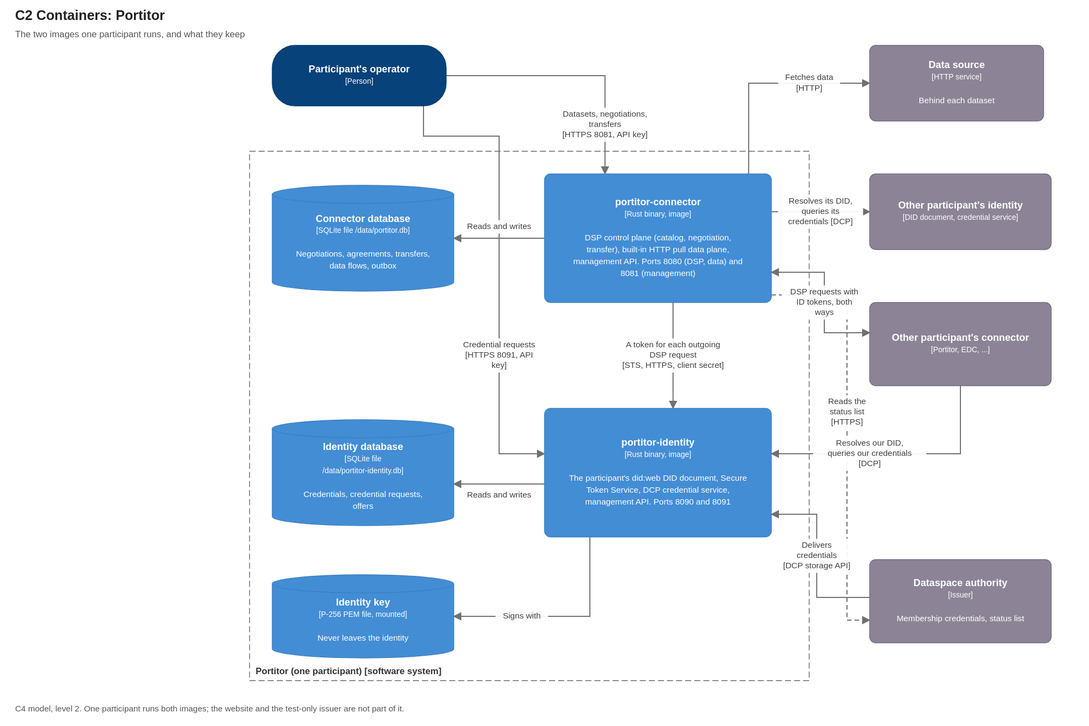
Before: docs/diagrams/c2-containers.drawio.svg, a diagram exported from draw.io (brunopacheco1/ldsc). Source tidied: cells renumbered, new cells last; positions are measured from the earlier drawing's top-left corner, leaving out a move shared by most shapes. Source of this version:
```xml
<mxGraphModel background="#FFFFFF">
  <root>
    <mxCell id="0" />
    <mxCell id="1" parent="0" />
    <mxCell id="2" value="Portitor (one participant)  [software system]" style="rounded=0;whiteSpace=wrap;html=1;fillColor=none;dashed=1;dashPattern=8 4;strokeColor=#666666;fontColor=#333333;align=left;verticalAlign=bottom;spacingLeft=8;spacingBottom=4;fontSize=12;fontStyle=1;" parent="1" vertex="1">
      <mxGeometry x="310" y="140" width="740" height="700" as="geometry" />
    </mxCell>
    <mxCell id="3" value="&lt;b&gt;Participant&amp;#x27;s operator&lt;/b&gt;&lt;br&gt;&lt;font style=&quot;font-size:10px&quot;&gt;[Person]&lt;/font&gt;" style="rounded=1;arcSize=30;whiteSpace=wrap;html=1;fillColor=#08427B;strokeColor=#073B6F;fontColor=#FFFFFF;fontSize=13;align=center;verticalAlign=middle;c4Kind=person;c4Name=Participant's operator;" parent="1" vertex="1">
      <mxGeometry x="340" width="230" height="80" as="geometry" />
    </mxCell>
    <mxCell id="4" value="&lt;b&gt;Data source&lt;/b&gt;&lt;br&gt;&lt;font style=&quot;font-size:10px&quot;&gt;[HTTP service]&lt;/font&gt;&lt;br&gt;&lt;br&gt;&lt;font style=&quot;font-size:11px&quot;&gt;Behind each dataset&lt;/font&gt;" style="rounded=1;arcSize=8;whiteSpace=wrap;html=1;fillColor=#8C8496;strokeColor=#736782;fontColor=#FFFFFF;fontSize=13;align=center;verticalAlign=middle;c4Kind=external;c4Name=Data source;" parent="1" vertex="1">
      <mxGeometry x="1130" width="230" height="100" as="geometry" />
    </mxCell>
    <mxCell id="5" value="&lt;b&gt;portitor-connector&lt;/b&gt;&lt;br&gt;&lt;font style=&quot;font-size:10px&quot;&gt;[Rust binary, image]&lt;/font&gt;&lt;br&gt;&lt;br&gt;&lt;font style=&quot;font-size:11px&quot;&gt;DSP control plane (catalog, negotiation, transfer), built-in HTTP pull data plane, management API. Ports 8080 (DSP, data) and 8081 (management)&lt;/font&gt;" style="rounded=1;arcSize=8;whiteSpace=wrap;html=1;fillColor=#438DD5;strokeColor=#3C7FC0;fontColor=#FFFFFF;fontSize=13;align=center;verticalAlign=middle;c4Kind=container;c4Name=portitor-connector;" parent="1" vertex="1">
      <mxGeometry x="700" y="170" width="300" height="170" as="geometry" />
    </mxCell>
    <mxCell id="6" value="&lt;b&gt;portitor-identity&lt;/b&gt;&lt;br&gt;&lt;font style=&quot;font-size:10px&quot;&gt;[Rust binary, image]&lt;/font&gt;&lt;br&gt;&lt;br&gt;&lt;font style=&quot;font-size:11px&quot;&gt;The participant&amp;#x27;s did:web DID document, Secure Token Service, DCP credential service, management API. Ports 8090 and 8091&lt;/font&gt;" style="rounded=1;arcSize=8;whiteSpace=wrap;html=1;fillColor=#438DD5;strokeColor=#3C7FC0;fontColor=#FFFFFF;fontSize=13;align=center;verticalAlign=middle;c4Kind=container;c4Name=portitor-identity;" parent="1" vertex="1">
      <mxGeometry x="700" y="480" width="300" height="170" as="geometry" />
    </mxCell>
    <mxCell id="7" value="&lt;b&gt;Connector database&lt;/b&gt;&lt;br&gt;&lt;font style=&quot;font-size:10px&quot;&gt;[SQLite file /data/portitor.db]&lt;/font&gt;&lt;br&gt;&lt;br&gt;&lt;font style=&quot;font-size:11px&quot;&gt;Negotiations, agreements, transfers, data flows, outbox&lt;/font&gt;" style="shape=cylinder3;size=12;boundedLbl=1;whiteSpace=wrap;html=1;fillColor=#438DD5;strokeColor=#3C7FC0;fontColor=#FFFFFF;fontSize=13;align=center;verticalAlign=middle;c4Kind=database;c4Name=Connector database;" parent="1" vertex="1">
      <mxGeometry x="340" y="185" width="240" height="140" as="geometry" />
    </mxCell>
    <mxCell id="8" value="&lt;b&gt;Identity database&lt;/b&gt;&lt;br&gt;&lt;font style=&quot;font-size:10px&quot;&gt;[SQLite file /data/portitor-identity.db]&lt;/font&gt;&lt;br&gt;&lt;br&gt;&lt;font style=&quot;font-size:11px&quot;&gt;Credentials, credential requests, offers&lt;/font&gt;" style="shape=cylinder3;size=12;boundedLbl=1;whiteSpace=wrap;html=1;fillColor=#438DD5;strokeColor=#3C7FC0;fontColor=#FFFFFF;fontSize=13;align=center;verticalAlign=middle;c4Kind=database;c4Name=Identity database;" parent="1" vertex="1">
      <mxGeometry x="340" y="495" width="240" height="140" as="geometry" />
    </mxCell>
    <mxCell id="9" value="&lt;b&gt;Identity key&lt;/b&gt;&lt;br&gt;&lt;font style=&quot;font-size:10px&quot;&gt;[P-256 PEM file, mounted]&lt;/font&gt;&lt;br&gt;&lt;br&gt;&lt;font style=&quot;font-size:11px&quot;&gt;Never leaves the identity&lt;/font&gt;" style="shape=cylinder3;size=12;boundedLbl=1;whiteSpace=wrap;html=1;fillColor=#438DD5;strokeColor=#3C7FC0;fontColor=#FFFFFF;fontSize=13;align=center;verticalAlign=middle;c4Kind=database;c4Name=Identity key;" parent="1" vertex="1">
      <mxGeometry x="340" y="700" width="240" height="110" as="geometry" />
    </mxCell>
    <mxCell id="10" value="&lt;b&gt;Other participant&amp;#x27;s identity&lt;/b&gt;&lt;br&gt;&lt;font style=&quot;font-size:10px&quot;&gt;[DID document, credential service]&lt;/font&gt;" style="rounded=1;arcSize=8;whiteSpace=wrap;html=1;fillColor=#8C8496;strokeColor=#736782;fontColor=#FFFFFF;fontSize=13;align=center;verticalAlign=middle;c4Kind=external;c4Name=Other participant's identity;" parent="1" vertex="1">
      <mxGeometry x="1130" y="170" width="240" height="100" as="geometry" />
    </mxCell>
    <mxCell id="11" value="&lt;b&gt;Other participant&amp;#x27;s connector&lt;/b&gt;&lt;br&gt;&lt;font style=&quot;font-size:10px&quot;&gt;[Portitor, EDC, ...]&lt;/font&gt;" style="rounded=1;arcSize=8;whiteSpace=wrap;html=1;fillColor=#8C8496;strokeColor=#736782;fontColor=#FFFFFF;fontSize=13;align=center;verticalAlign=middle;c4Kind=external;c4Name=Other participant's connector;" parent="1" vertex="1">
      <mxGeometry x="1130" y="340" width="240" height="110" as="geometry" />
    </mxCell>
    <mxCell id="12" value="&lt;b&gt;Dataspace authority&lt;/b&gt;&lt;br&gt;&lt;font style=&quot;font-size:10px&quot;&gt;[Issuer]&lt;/font&gt;&lt;br&gt;&lt;br&gt;&lt;font style=&quot;font-size:11px&quot;&gt;Membership credentials, status list&lt;/font&gt;" style="rounded=1;arcSize=8;whiteSpace=wrap;html=1;fillColor=#8C8496;strokeColor=#736782;fontColor=#FFFFFF;fontSize=13;align=center;verticalAlign=middle;c4Kind=external;c4Name=Dataspace authority;" parent="1" vertex="1">
      <mxGeometry x="1130" y="680" width="240" height="110" as="geometry" />
    </mxCell>
    <mxCell id="13" value="Datasets, negotiations, transfers&#10;[HTTPS 8081, API key]" style="endArrow=blockThin;endFill=1;html=1;rounded=0;strokeColor=#707070;fontSize=11;fontColor=#404040;labelBackgroundColor=#FFFFFF;exitX=1.000;exitY=0.500;exitPerimeter=0;entryX=0.267;entryY=0.000;entryPerimeter=0;" parent="1" edge="1" source="3" target="5">
      <mxGeometry relative="1" as="geometry">
        <Array as="points">
          <mxPoint x="780" y="40" />
        </Array>
      </mxGeometry>
    </mxCell>
    <mxCell id="14" value="Credential requests&#10;[HTTPS 8091, API key]" style="endArrow=blockThin;endFill=1;html=1;rounded=0;strokeColor=#707070;fontSize=11;fontColor=#404040;labelBackgroundColor=#FFFFFF;exitX=0.870;exitY=1.000;exitPerimeter=0;entryX=0.000;entryY=0.353;entryPerimeter=0;" parent="1" edge="1" source="3" target="6">
      <mxGeometry relative="1" as="geometry">
        <Array as="points">
          <mxPoint x="540" y="120" />
          <mxPoint x="640" y="120" />
          <mxPoint x="640" y="540" />
        </Array>
      </mxGeometry>
    </mxCell>
    <mxCell id="15" value="Reads and writes" style="endArrow=blockThin;endFill=1;html=1;rounded=0;strokeColor=#707070;fontSize=11;fontColor=#404040;labelBackgroundColor=#FFFFFF;exitX=0.000;exitY=0.500;exitPerimeter=0;entryX=1.000;entryY=0.500;entryPerimeter=0;" parent="1" edge="1" source="5" target="7">
      <mxGeometry relative="1" as="geometry" />
    </mxCell>
    <mxCell id="16" value="Reads and writes" style="endArrow=blockThin;endFill=1;html=1;rounded=0;strokeColor=#707070;fontSize=11;fontColor=#404040;labelBackgroundColor=#FFFFFF;exitX=0.000;exitY=0.588;exitPerimeter=0;entryX=1.000;entryY=0.607;entryPerimeter=0;" parent="1" edge="1" source="6" target="8">
      <mxGeometry relative="1" as="geometry" />
    </mxCell>
    <mxCell id="17" value="Signs with" style="endArrow=blockThin;endFill=1;html=1;rounded=0;strokeColor=#707070;fontSize=11;fontColor=#404040;labelBackgroundColor=#FFFFFF;exitX=0.200;exitY=1.000;exitPerimeter=0;entryX=1.000;entryY=0.500;entryPerimeter=0;" parent="1" edge="1" source="6" target="9">
      <mxGeometry relative="1" as="geometry">
        <Array as="points">
          <mxPoint x="760" y="755" />
        </Array>
      </mxGeometry>
    </mxCell>
    <mxCell id="18" value="A token for each outgoing DSP request&#10;[STS, HTTPS, client secret]" style="endArrow=blockThin;endFill=1;html=1;rounded=0;strokeColor=#707070;fontSize=11;fontColor=#404040;labelBackgroundColor=#FFFFFF;exitX=0.567;exitY=1.000;exitPerimeter=0;entryX=0.567;entryY=0.000;entryPerimeter=0;" parent="1" edge="1" source="5" target="6">
      <mxGeometry relative="1" as="geometry" />
    </mxCell>
    <mxCell id="19" value="Fetches data&#10;[HTTP]" style="endArrow=blockThin;endFill=1;html=1;rounded=0;strokeColor=#707070;fontSize=11;fontColor=#404040;labelBackgroundColor=#FFFFFF;exitX=0.900;exitY=0.000;exitPerimeter=0;entryX=0.000;entryY=0.500;entryPerimeter=0;" parent="1" edge="1" source="5" target="4">
      <mxGeometry relative="1" as="geometry">
        <Array as="points">
          <mxPoint x="970" y="50" />
        </Array>
      </mxGeometry>
    </mxCell>
    <mxCell id="20" value="Resolves its DID, queries its credentials [DCP]" style="endArrow=blockThin;endFill=1;html=1;rounded=0;strokeColor=#707070;fontSize=11;fontColor=#404040;labelBackgroundColor=#FFFFFF;exitX=1.000;exitY=0.294;exitPerimeter=0;entryX=0.000;entryY=0.500;entryPerimeter=0;" parent="1" edge="1" source="5" target="10">
      <mxGeometry relative="1" as="geometry" />
    </mxCell>
    <mxCell id="21" value="DSP requests with ID tokens, both ways" style="endArrow=blockThin;endFill=1;html=1;rounded=0;strokeColor=#707070;fontSize=11;fontColor=#404040;labelBackgroundColor=#FFFFFF;startArrow=blockThin;startFill=1;exitX=1.000;exitY=0.765;exitPerimeter=0;entryX=0.000;entryY=0.364;entryPerimeter=0;" parent="1" edge="1" source="5" target="11">
      <mxGeometry relative="1" as="geometry">
        <Array as="points">
          <mxPoint x="1070" y="300" />
          <mxPoint x="1070" y="380" />
        </Array>
      </mxGeometry>
    </mxCell>
    <mxCell id="22" value="Resolves our DID, queries our credentials [DCP]" style="endArrow=blockThin;endFill=1;html=1;rounded=0;strokeColor=#707070;fontSize=11;fontColor=#404040;labelBackgroundColor=#FFFFFF;exitX=0.500;exitY=1.000;exitPerimeter=0;entryX=1.000;entryY=0.353;entryPerimeter=0;" parent="1" edge="1" source="11" target="6">
      <mxGeometry relative="1" as="geometry">
        <Array as="points">
          <mxPoint x="1250" y="540" />
        </Array>
      </mxGeometry>
    </mxCell>
    <mxCell id="23" value="Delivers credentials&#10;[DCP storage API]" style="endArrow=blockThin;endFill=1;html=1;rounded=0;strokeColor=#707070;fontSize=11;fontColor=#404040;labelBackgroundColor=#FFFFFF;exitX=0.000;exitY=0.455;exitPerimeter=0;entryX=1.000;entryY=0.824;entryPerimeter=0;" parent="1" edge="1" source="12" target="6">
      <mxGeometry relative="1" as="geometry">
        <Array as="points">
          <mxPoint x="1060" y="730" />
          <mxPoint x="1060" y="620" />
        </Array>
      </mxGeometry>
    </mxCell>
    <mxCell id="24" value="Reads the status list [HTTPS]" style="endArrow=blockThin;endFill=1;html=1;rounded=0;strokeColor=#707070;fontSize=11;fontColor=#404040;labelBackgroundColor=#FFFFFF;dashed=1;exitX=1.000;exitY=0.941;exitPerimeter=0;entryX=0.000;entryY=0.727;entryPerimeter=0;" parent="1" edge="1" source="5" target="12">
      <mxGeometry relative="1" as="geometry">
        <Array as="points">
          <mxPoint x="1100" y="330" />
          <mxPoint x="1100" y="760" />
        </Array>
      </mxGeometry>
    </mxCell>
    <mxCell id="25" value="C4 model, level 2. One participant runs both images; the website and the test-only issuer are not part of it." style="text;html=1;align=left;verticalAlign=top;fontSize=11;fontColor=#555555;whiteSpace=wrap;" parent="1" vertex="1">
      <mxGeometry y="860" width="1400" height="40" as="geometry" />
    </mxCell>
  </root>
</mxGraphModel>
```
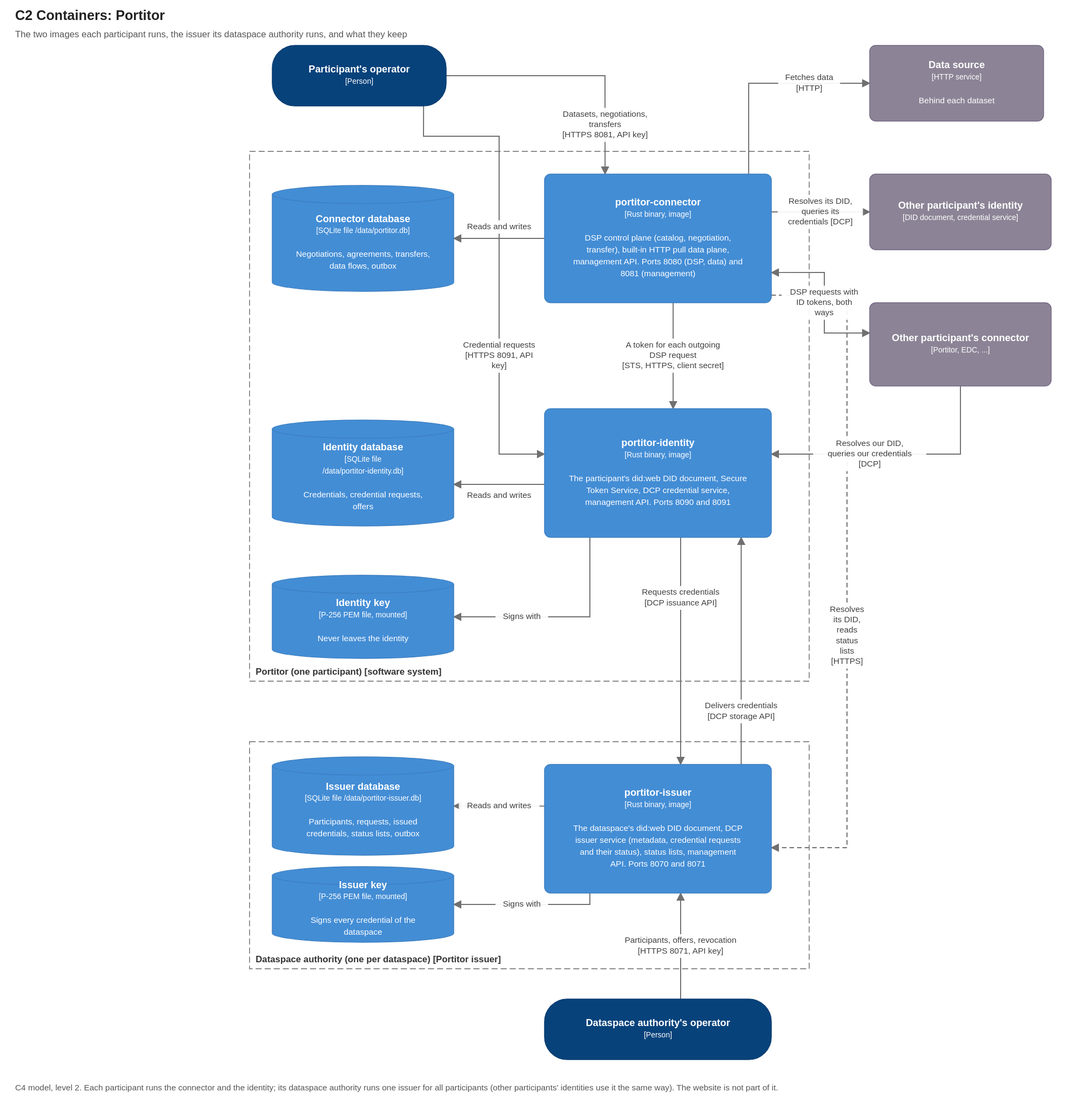
The same diagram one commit later.

Diff of the diagram source:
```diff
@@ -32,9 +32,6 @@
     <mxCell id="11" value="&lt;b&gt;Other participant&amp;#x27;s connector&lt;/b&gt;&lt;br&gt;&lt;font style=&quot;font-size:10px&quot;&gt;[Portitor, EDC, ...]&lt;/font&gt;" style="rounded=1;arcSize=8;whiteSpace=wrap;html=1;fillColor=#8C8496;strokeColor=#736782;fontColor=#FFFFFF;fontSize=13;align=center;verticalAlign=middle;c4Kind=external;c4Name=Other participant's connector;" parent="1" vertex="1">
       <mxGeometry x="1130" y="340" width="240" height="110" as="geometry" />
     </mxCell>
-    <mxCell id="12" value="&lt;b&gt;Dataspace authority&lt;/b&gt;&lt;br&gt;&lt;font style=&quot;font-size:10px&quot;&gt;[Issuer]&lt;/font&gt;&lt;br&gt;&lt;br&gt;&lt;font style=&quot;font-size:11px&quot;&gt;Membership credentials, status list&lt;/font&gt;" style="rounded=1;arcSize=8;whiteSpace=wrap;html=1;fillColor=#8C8496;strokeColor=#736782;fontColor=#FFFFFF;fontSize=13;align=center;verticalAlign=middle;c4Kind=external;c4Name=Dataspace authority;" parent="1" vertex="1">
-      <mxGeometry x="1130" y="680" width="240" height="110" as="geometry" />
-    </mxCell>
     <mxCell id="13" value="Datasets, negotiations, transfers&#10;[HTTPS 8081, API key]" style="endArrow=blockThin;endFill=1;html=1;rounded=0;strokeColor=#707070;fontSize=11;fontColor=#404040;labelBackgroundColor=#FFFFFF;exitX=1.000;exitY=0.500;exitPerimeter=0;entryX=0.267;entryY=0.000;entryPerimeter=0;" parent="1" edge="1" source="3" target="5">
       <mxGeometry relative="1" as="geometry">
         <Array as="points">
@@ -92,24 +89,50 @@
         </Array>
       </mxGeometry>
     </mxCell>
+    <mxCell id="26" value="Dataspace authority (one per dataspace)  [Portitor issuer]" style="rounded=0;whiteSpace=wrap;html=1;fillColor=none;dashed=1;dashPattern=8 4;strokeColor=#666666;fontColor=#333333;align=left;verticalAlign=bottom;spacingLeft=8;spacingBottom=4;fontSize=12;fontStyle=1;" parent="1" vertex="1">
+      <mxGeometry x="310" y="920" width="740" height="300" as="geometry" />
+    </mxCell>
+    <mxCell id="27" value="&lt;b&gt;portitor-issuer&lt;/b&gt;&lt;br&gt;&lt;font style=&quot;font-size:10px&quot;&gt;[Rust binary, image]&lt;/font&gt;&lt;br&gt;&lt;br&gt;&lt;font style=&quot;font-size:11px&quot;&gt;The dataspace&amp;#x27;s did:web DID document, DCP issuer service (metadata, credential requests and their status), status lists, management API. Ports 8070 and 8071&lt;/font&gt;" style="rounded=1;arcSize=8;whiteSpace=wrap;html=1;fillColor=#438DD5;strokeColor=#3C7FC0;fontColor=#FFFFFF;fontSize=13;align=center;verticalAlign=middle;c4Kind=container;c4Name=portitor-issuer;" parent="1" vertex="1">
+      <mxGeometry x="700" y="950" width="300" height="170" as="geometry" />
+    </mxCell>
+    <mxCell id="28" value="&lt;b&gt;Issuer database&lt;/b&gt;&lt;br&gt;&lt;font style=&quot;font-size:10px&quot;&gt;[SQLite file /data/portitor-issuer.db]&lt;/font&gt;&lt;br&gt;&lt;br&gt;&lt;font style=&quot;font-size:11px&quot;&gt;Participants, requests, issued credentials, status lists, outbox&lt;/font&gt;" style="shape=cylinder3;size=12;boundedLbl=1;whiteSpace=wrap;html=1;fillColor=#438DD5;strokeColor=#3C7FC0;fontColor=#FFFFFF;fontSize=13;align=center;verticalAlign=middle;c4Kind=database;c4Name=Issuer database;" parent="1" vertex="1">
+      <mxGeometry x="340" y="940" width="240" height="130" as="geometry" />
+    </mxCell>
+    <mxCell id="29" value="&lt;b&gt;Issuer key&lt;/b&gt;&lt;br&gt;&lt;font style=&quot;font-size:10px&quot;&gt;[P-256 PEM file, mounted]&lt;/font&gt;&lt;br&gt;&lt;br&gt;&lt;font style=&quot;font-size:11px&quot;&gt;Signs every credential of the dataspace&lt;/font&gt;" style="shape=cylinder3;size=12;boundedLbl=1;whiteSpace=wrap;html=1;fillColor=#438DD5;strokeColor=#3C7FC0;fontColor=#FFFFFF;fontSize=13;align=center;verticalAlign=middle;c4Kind=database;c4Name=Issuer key;" parent="1" vertex="1">
+      <mxGeometry x="340" y="1085" width="240" height="100" as="geometry" />
+    </mxCell>
+    <mxCell id="30" value="&lt;b&gt;Dataspace authority&amp;#x27;s operator&lt;/b&gt;&lt;br&gt;&lt;font style=&quot;font-size:10px&quot;&gt;[Person]&lt;/font&gt;" style="rounded=1;arcSize=30;whiteSpace=wrap;html=1;fillColor=#08427B;strokeColor=#073B6F;fontColor=#FFFFFF;fontSize=13;align=center;verticalAlign=middle;c4Kind=person;c4Name=Dataspace authority's operator;" parent="1" vertex="1">
+      <mxGeometry x="700" y="1260" width="300" height="80" as="geometry" />
+    </mxCell>
-    <mxCell id="23" value="Delivers credentials&#10;[DCP storage API]" style="endArrow=blockThin;endFill=1;html=1;rounded=0;strokeColor=#707070;fontSize=11;fontColor=#404040;labelBackgroundColor=#FFFFFF;exitX=0.000;exitY=0.455;exitPerimeter=0;entryX=1.000;entryY=0.824;entryPerimeter=0;" parent="1" edge="1" source="12" target="6">
-      <mxGeometry relative="1" as="geometry">
-        <Array as="points">
-          <mxPoint x="1060" y="730" />
-          <mxPoint x="1060" y="620" />
-        </Array>
-      </mxGeometry>
+    <mxCell id="23" value="Requests credentials&#10;[DCP issuance API]" style="endArrow=blockThin;endFill=1;html=1;rounded=0;strokeColor=#707070;fontSize=11;fontColor=#404040;labelBackgroundColor=#FFFFFF;exitX=0.600;exitY=1.000;exitPerimeter=0;entryX=0.600;entryY=0.000;entryPerimeter=0;" parent="1" edge="1" source="6" target="27">
+      <mxGeometry relative="1" as="geometry" />
     </mxCell>
-    <mxCell id="24" value="Reads the status list [HTTPS]" style="endArrow=blockThin;endFill=1;html=1;rounded=0;strokeColor=#707070;fontSize=11;fontColor=#404040;labelBackgroundColor=#FFFFFF;dashed=1;exitX=1.000;exitY=0.941;exitPerimeter=0;entryX=0.000;entryY=0.727;entryPerimeter=0;" parent="1" edge="1" source="5" target="12">
-      <mxGeometry relative="1" as="geometry">
-        <Array as="points">
-          <mxPoint x="1100" y="330" />
-          <mxPoint x="1100" y="760" />
-        </Array>
-      </mxGeometry>
+    <mxCell id="24" value="Delivers credentials&#10;[DCP storage API]" style="endArrow=blockThin;endFill=1;html=1;rounded=0;strokeColor=#707070;fontSize=11;fontColor=#404040;labelBackgroundColor=#FFFFFF;exitX=0.867;exitY=0.000;exitPerimeter=0;entryX=0.867;entryY=1.000;entryPerimeter=0;" parent="1" edge="1" source="27" target="6">
+      <mxGeometry relative="1" as="geometry" />
     </mxCell>
+    <mxCell id="31" value="Resolves its DID, reads status lists [HTTPS]" style="endArrow=blockThin;endFill=1;html=1;rounded=0;strokeColor=#707070;fontSize=11;fontColor=#404040;labelBackgroundColor=#FFFFFF;dashed=1;exitX=1.000;exitY=0.941;exitPerimeter=0;entryX=1.000;entryY=0.647;entryPerimeter=0;" parent="1" edge="1" source="5" target="27">
+      <mxGeometry relative="1" as="geometry">
+        <Array as="points">
+          <mxPoint x="1100" y="330" />
+          <mxPoint x="1100" y="1060" />
+        </Array>
+      </mxGeometry>
+    </mxCell>
+    <mxCell id="32" value="Reads and writes" style="endArrow=blockThin;endFill=1;html=1;rounded=0;strokeColor=#707070;fontSize=11;fontColor=#404040;labelBackgroundColor=#FFFFFF;exitX=0.000;exitY=0.324;exitPerimeter=0;entryX=1.000;entryY=0.500;entryPerimeter=0;" parent="1" edge="1" source="27" target="28">
+      <mxGeometry relative="1" as="geometry" />
+    </mxCell>
+    <mxCell id="33" value="Signs with" style="endArrow=blockThin;endFill=1;html=1;rounded=0;strokeColor=#707070;fontSize=11;fontColor=#404040;labelBackgroundColor=#FFFFFF;exitX=0.200;exitY=1.000;exitPerimeter=0;entryX=1.000;entryY=0.500;entryPerimeter=0;" parent="1" edge="1" source="27" target="29">
+      <mxGeometry relative="1" as="geometry">
+        <Array as="points">
+          <mxPoint x="760" y="1135" />
+        </Array>
+      </mxGeometry>
+    </mxCell>
+    <mxCell id="34" value="Participants, offers, revocation&#10;[HTTPS 8071, API key]" style="endArrow=blockThin;endFill=1;html=1;rounded=0;strokeColor=#707070;fontSize=11;fontColor=#404040;labelBackgroundColor=#FFFFFF;exitX=0.600;exitY=0.000;exitPerimeter=0;entryX=0.600;entryY=1.000;entryPerimeter=0;" parent="1" edge="1" source="30" target="27">
+      <mxGeometry relative="1" as="geometry" />
+    </mxCell>
-    <mxCell id="25" value="C4 model, level 2. One participant runs both images; the website and the test-only issuer are not part of it." style="text;html=1;align=left;verticalAlign=top;fontSize=11;fontColor=#555555;whiteSpace=wrap;" parent="1" vertex="1">
-      <mxGeometry y="860" width="1400" height="40" as="geometry" />
+    <mxCell id="25" value="C4 model, level 2. Each participant runs the connector and the identity; its dataspace authority runs one issuer for all participants (other participants' identities use it the same way). The website is not part of it." style="text;html=1;align=left;verticalAlign=top;fontSize=11;fontColor=#555555;whiteSpace=wrap;" parent="1" vertex="1">
+      <mxGeometry y="1360" width="1400" height="40" as="geometry" />
     </mxCell>
   </root>
 </mxGraphModel>
```
